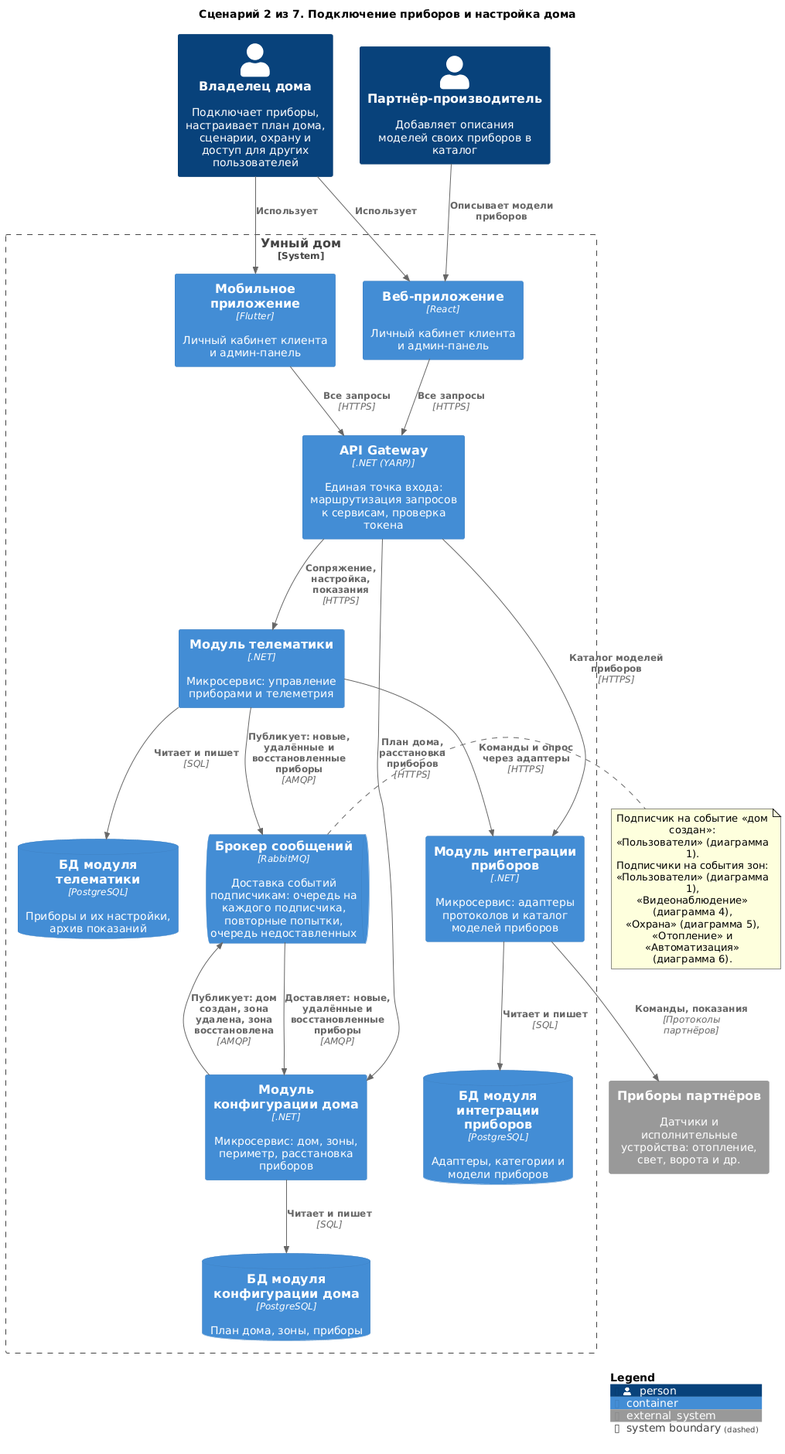
Earlier version of the PlantUML export diagrams/containers-scenarios/02-pairing-and-house-setup.png (Lyamin-av/architecture-warmhouse).
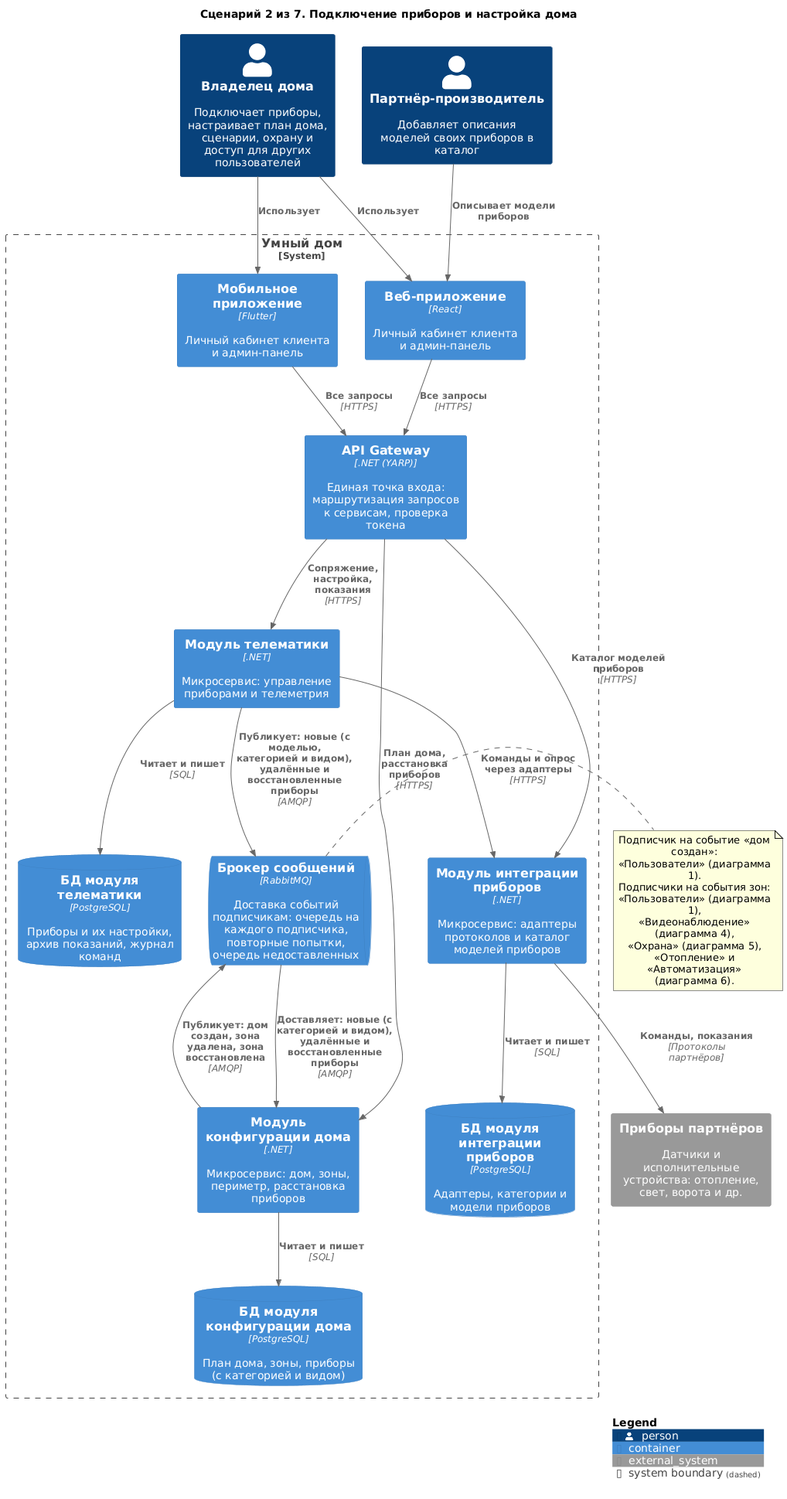
Later version of the same file.

Change to the diagram source:
```diff
@@ -14,9 +14,9 @@
     Container(DeviceIntegration, "Модуль интеграции приборов", ".NET", "Микросервис: адаптеры протоколов и каталог моделей приборов")
     Container(HouseConfigurator, "Модуль конфигурации дома", ".NET", "Микросервис: дом, зоны, периметр, расстановка приборов")
     ContainerQueue(Broker, "Брокер сообщений", "RabbitMQ", "Доставка событий подписчикам: очередь на каждого подписчика, повторные попытки, очередь недоставленных")
-    ContainerDb(dbTelematics, "БД модуля телематики", "PostgreSQL", "Приборы и их настройки, архив показаний")
+    ContainerDb(dbTelematics, "БД модуля телематики", "PostgreSQL", "Приборы и их настройки, архив показаний, журнал команд")
     ContainerDb(dbDIS, "БД модуля интеграции приборов", "PostgreSQL", "Адаптеры, категории и модели приборов")
-    ContainerDb(dbHC, "БД модуля конфигурации дома", "PostgreSQL", "План дома, зоны, приборы")
+    ContainerDb(dbHC, "БД модуля конфигурации дома", "PostgreSQL", "План дома, зоны, приборы (с категорией и видом)")
 }
 
 System_Ext(devices, "Приборы партнёров", "Датчики и исполнительные устройства: отопление, свет, ворота и др.")
@@ -31,8 +31,8 @@
 Rel(Gateway, DeviceIntegration, "Каталог моделей приборов", "HTTPS")
 Rel(Telematics, DeviceIntegration, "Команды и опрос через адаптеры", "HTTPS")
 Rel(DeviceIntegration, devices, "Команды, показания", "Протоколы партнёров")
-Rel(Telematics, Broker, "Публикует: новые, удалённые и восстановленные приборы", "AMQP")
-Rel(Broker, HouseConfigurator, "Доставляет: новые, удалённые и восстановленные приборы", "AMQP")
+Rel(Telematics, Broker, "Публикует: новые (с моделью, категорией и видом), удалённые и восстановленные приборы", "AMQP")
+Rel(Broker, HouseConfigurator, "Доставляет: новые (с категорией и видом), удалённые и восстановленные приборы", "AMQP")
 
 Rel(Telematics, dbTelematics, "Читает и пишет", "SQL")
 Rel(DeviceIntegration, dbDIS, "Читает и пишет", "SQL")
```
